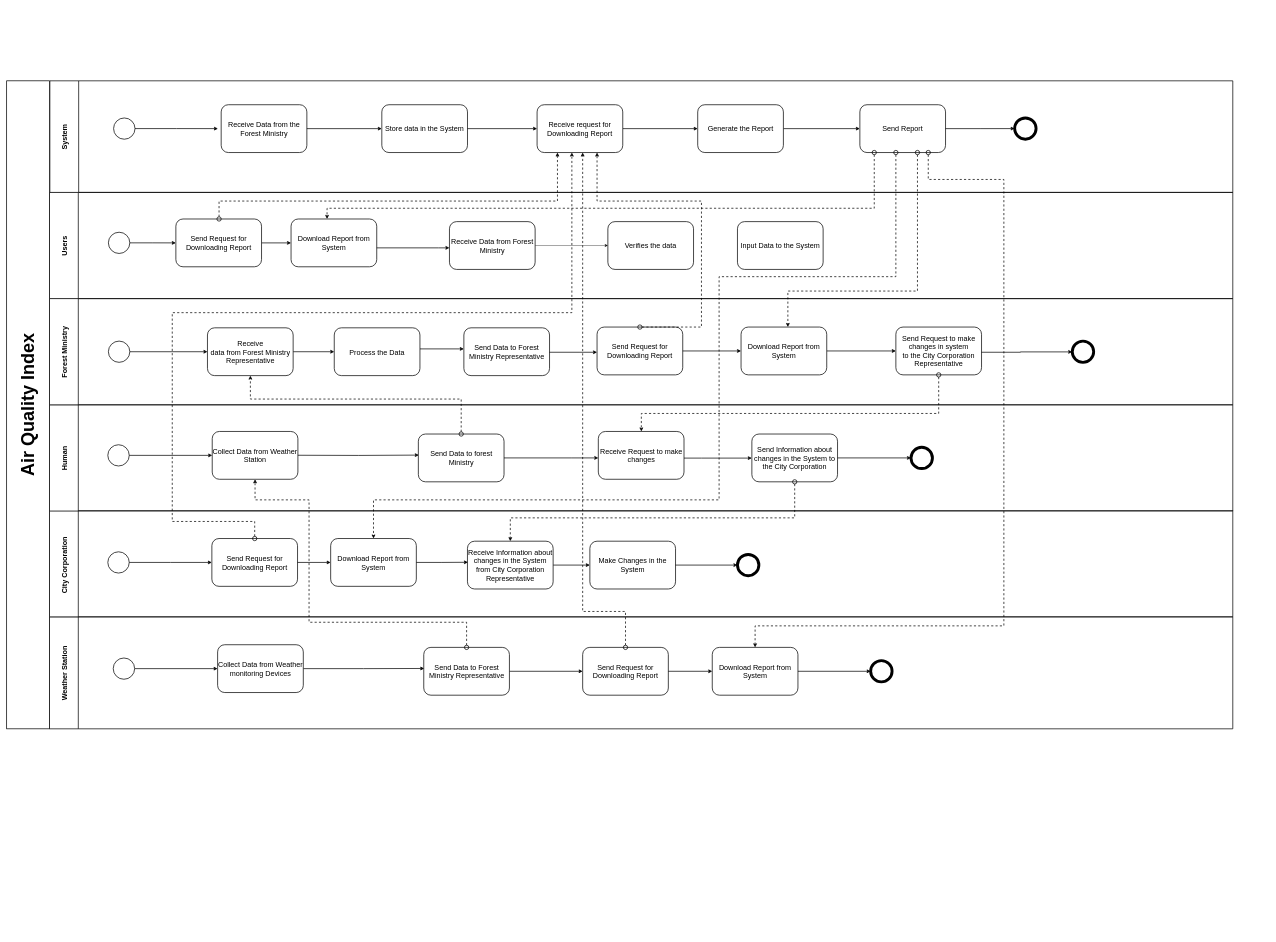
zorojuro75/CSE303-sec-03-Group-03 keeps this draw.io diagram as z-design/BPMN_To-BE.drawio. Above is the earlier version. Source tidied: cells renumbered, new cells numbered last; positions are measured from the earlier drawing's top-left corner, leaving out a move shared by most shapes. Both pictures are drawn from the tidied source at 36%, with x=0, y=0 at pixel (6, 81).
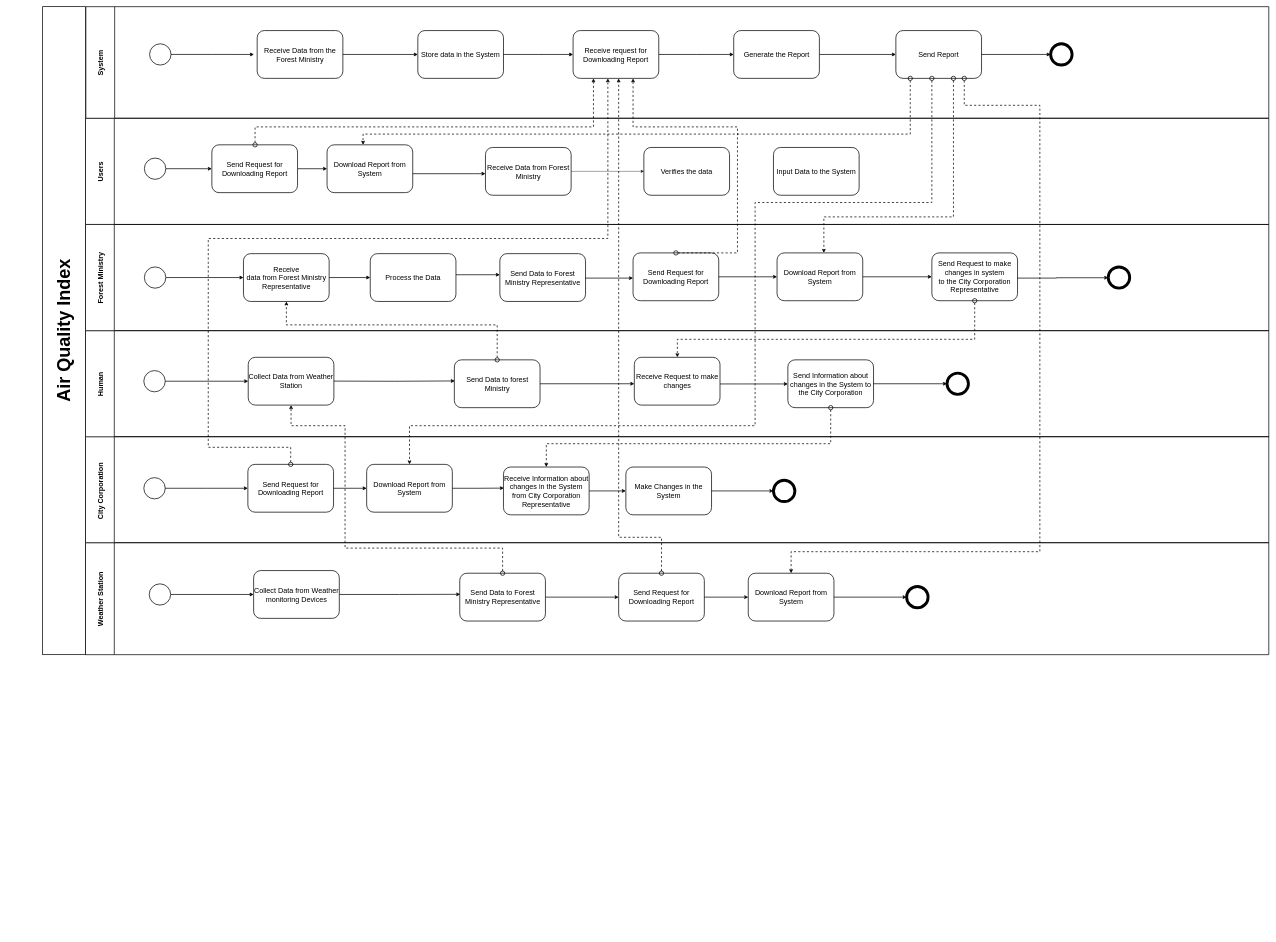
The same page after the edit.

The change refers to these unchanged cells:
```xml
<mxCell id="6" value="&lt;span style=&quot;font-size: 20px;&quot;&gt;Download Report from System&lt;/span&gt;" style="rounded=1;whiteSpace=wrap;html=1;strokeWidth=2;" parent="3" vertex="1">
  <mxGeometry x="671" y="73.8" width="238" height="132.8" as="geometry" />
</mxCell>
<mxCell id="9" value="&lt;span style=&quot;font-size: 20px;&quot;&gt;Send Request for Downloading Report&lt;/span&gt;" style="rounded=1;whiteSpace=wrap;html=1;strokeWidth=2;" parent="3" vertex="1">
  <mxGeometry x="351" y="73.8" width="238" height="132.8" as="geometry" />
</mxCell>
<mxCell id="23" value="&lt;font style=&quot;font-size: 20px;&quot;&gt;Send Data to Forest Ministry Representative&lt;/font&gt;" style="rounded=1;whiteSpace=wrap;html=1;strokeWidth=2;" parent="17" vertex="1">
  <mxGeometry x="1039.6" y="84.8" width="238" height="132.8" as="geometry" />
</mxCell>
<mxCell id="24" value="&lt;font style=&quot;font-size: 20px;&quot;&gt;Download Report from System&lt;/font&gt;" style="rounded=1;whiteSpace=wrap;html=1;strokeWidth=2;" parent="17" vertex="1">
  <mxGeometry x="1841" y="84.8" width="238" height="132.8" as="geometry" />
</mxCell>
<mxCell id="26" value="&lt;font style=&quot;font-size: 20px;&quot;&gt;Send Request for Downloading Report&lt;/font&gt;" style="rounded=1;whiteSpace=wrap;html=1;strokeWidth=2;" parent="17" vertex="1">
  <mxGeometry x="1481" y="84.8" width="238" height="132.8" as="geometry" />
</mxCell>
<mxCell id="32" value="&lt;font style=&quot;font-size: 20px;&quot;&gt;Download Report from System&lt;/font&gt;" style="rounded=1;whiteSpace=wrap;html=1;strokeWidth=2;" parent="29" vertex="1">
  <mxGeometry x="781" y="77.4" width="238" height="132.8" as="geometry" />
</mxCell>
<mxCell id="35" value="&lt;font style=&quot;font-size: 20px;&quot;&gt;Receive Information about changes in the System from City Corporation Representative&lt;/font&gt;" style="rounded=1;whiteSpace=wrap;html=1;strokeWidth=2;" parent="29" vertex="1">
  <mxGeometry x="1161" y="84.8" width="238" height="132.8" as="geometry" />
</mxCell>
<mxCell id="39" value="&lt;font style=&quot;font-size: 20px;&quot;&gt;Send Request for Downloading Report&lt;/font&gt;" style="rounded=1;whiteSpace=wrap;html=1;strokeWidth=2;" parent="29" vertex="1">
  <mxGeometry x="451" y="77.4" width="238" height="132.8" as="geometry" />
</mxCell>
<mxCell id="44" value="&lt;font style=&quot;font-size: 20px;&quot;&gt;Collect Data from Weather Station&lt;/font&gt;" style="rounded=1;whiteSpace=wrap;html=1;strokeWidth=2;" parent="41" vertex="1">
  <mxGeometry x="452" y="74" width="238" height="132.8" as="geometry" />
</mxCell>
<mxCell id="46" value="&lt;font style=&quot;font-size: 20px;&quot;&gt;Send Data to forest Ministry&lt;/font&gt;" style="rounded=1;whiteSpace=wrap;html=1;strokeWidth=2;" parent="41" vertex="1">
  <mxGeometry x="1024.6" y="81.1" width="238" height="132.8" as="geometry" />
</mxCell>
<mxCell id="47" value="&lt;font style=&quot;font-size: 20px;&quot;&gt;Receive Request to make changes&lt;/font&gt;" style="rounded=1;whiteSpace=wrap;html=1;strokeWidth=2;" parent="41" vertex="1">
  <mxGeometry x="1524.5" y="74" width="238" height="132.8" as="geometry" />
</mxCell>
<mxCell id="49" value="&lt;font style=&quot;font-size: 20px;&quot;&gt;Send Information about changes in the System to the City Corporation&lt;/font&gt;" style="rounded=1;whiteSpace=wrap;html=1;strokeWidth=2;" parent="41" vertex="1">
  <mxGeometry x="1951" y="81.1" width="238" height="132.8" as="geometry" />
</mxCell>
<mxCell id="62" value="&lt;span style=&quot;font-size: 20px;&quot;&gt;Receive&lt;br&gt;data from Forest Ministry Representative&lt;/span&gt;" style="rounded=1;whiteSpace=wrap;html=1;strokeWidth=2;" parent="55" vertex="1">
  <mxGeometry x="438.8" y="81.1" width="238" height="132.8" as="geometry" />
</mxCell>
<mxCell id="64" value="&lt;font style=&quot;font-size: 20px;&quot;&gt;Download Report from System&lt;/font&gt;" style="rounded=1;whiteSpace=wrap;html=1;strokeWidth=2;" parent="55" vertex="1">
  <mxGeometry x="1921" y="79" width="238" height="132.8" as="geometry" />
</mxCell>
<mxCell id="65" value="&lt;font style=&quot;font-size: 20px;&quot;&gt;Send Request for Downloading Report&lt;/font&gt;" style="rounded=1;whiteSpace=wrap;html=1;strokeWidth=2;" parent="55" vertex="1">
  <mxGeometry x="1521" y="79" width="238" height="132.8" as="geometry" />
</mxCell>
<mxCell id="68" value="&lt;font style=&quot;font-size: 20px;&quot;&gt;Send Request to make changes in system &lt;br&gt;to the City Corporation Representative&lt;/font&gt;" style="rounded=1;whiteSpace=wrap;html=1;strokeWidth=2;" parent="55" vertex="1">
  <mxGeometry x="2351" y="79" width="238" height="132.8" as="geometry" />
</mxCell>
<mxCell id="75" style="strokeWidth=2;html=1;shape=mxgraph.flowchart.start_2;whiteSpace=wrap;" parent="73" vertex="1">
  <mxGeometry x="177" y="103.2" width="59.5" height="59" as="geometry" />
</mxCell>
<mxCell id="80" value="&lt;font style=&quot;font-size: 20px;&quot;&gt;Receive request for Downloading Report&lt;/font&gt;" style="rounded=1;whiteSpace=wrap;html=1;strokeWidth=2;" parent="73" vertex="1">
  <mxGeometry x="1353.4" y="66.4" width="238" height="132.8" as="geometry" />
</mxCell>
<mxCell id="85" value="&lt;span style=&quot;font-size: 20px;&quot;&gt;Send Report&lt;/span&gt;" style="rounded=1;whiteSpace=wrap;html=1;strokeWidth=2;" parent="73" vertex="1">
  <mxGeometry x="2250" y="66.4" width="238" height="132.8" as="geometry" />
</mxCell>
```

What changed in the source:
```diff
@@
-    <mxCell id="2" style="group;horizontal=0;" parent="1" vertex="1">
-      <mxGeometry y="10" width="3510" height="2360" as="geometry" />
-    </mxCell>
-    <mxCell id="3" value="Users" style="swimlane;horizontal=0;startSize=80;strokeWidth=2;fontSize=20;" parent="2" vertex="1">
-      <mxGeometry x="119" y="300" width="3286.9" height="295" as="geometry" />
+    <mxCell id="3" value="Users" style="swimlane;horizontal=0;startSize=80;strokeWidth=2;fontSize=20;" parent="1" vertex="1">
+      <mxGeometry x="219" y="104" width="3286.9" height="295" as="geometry" />
     </mxCell>
@@
-    <mxCell id="14" style="group;strokeWidth=2;" parent="2" vertex="1">
-      <mxGeometry x="119" y="595" width="3391" height="1770" as="geometry" />
-    </mxCell>
-    <mxCell id="15" style="group;strokeWidth=2;" parent="14" vertex="1">
-      <mxGeometry y="295" width="3331.5" height="1475" as="geometry" />
-    </mxCell>
-    <mxCell id="16" style="group;strokeWidth=2;" parent="15" vertex="1">
-      <mxGeometry width="3331.5" height="1475" as="geometry" />
-    </mxCell>
-    <mxCell id="17" value="Weather Station" style="swimlane;horizontal=0;startSize=80;fillStyle=solid;strokeWidth=2;fontSize=20;fontStyle=1;" parent="16" vertex="1">
-      <mxGeometry y="589" width="3286.9" height="311" as="geometry" />
+    <mxCell id="17" value="Weather Station" style="swimlane;horizontal=0;startSize=80;fillStyle=solid;strokeWidth=2;fontSize=20;fontStyle=1;" parent="1" vertex="1">
+      <mxGeometry x="219" y="1283" width="3286.9" height="311" as="geometry" />
     </mxCell>
@@
-    <mxCell id="29" value="City Corporation " style="swimlane;horizontal=0;startSize=80;strokeWidth=2;fontSize=20;" parent="16" vertex="1">
-      <mxGeometry y="294" width="3286.9" height="295" as="geometry" />
+    <mxCell id="29" value="City Corporation " style="swimlane;horizontal=0;startSize=80;strokeWidth=2;fontSize=20;" parent="1" vertex="1">
+      <mxGeometry x="219" y="988" width="3286.9" height="295" as="geometry" />
     </mxCell>
@@
-    <mxCell id="41" value="Human" style="swimlane;horizontal=0;startSize=80;strokeWidth=2;fontSize=20;" parent="16" vertex="1">
-      <mxGeometry width="3286.9" height="295" as="geometry" />
+    <mxCell id="41" value="Human" style="swimlane;horizontal=0;startSize=80;strokeWidth=2;fontSize=20;" parent="1" vertex="1">
+      <mxGeometry x="219" y="694" width="3286.9" height="295" as="geometry" />
     </mxCell>
@@
-    <mxCell id="45" style="edgeStyle=orthogonalEdgeStyle;rounded=0;jettySize=auto;html=1;entryX=0.006;entryY=0.441;entryDx=0;entryDy=0;entryPerimeter=0;strokeWidth=2;" parent="41" edge="1" target="46">
-      <mxGeometry relative="1" as="geometry">
-        <mxPoint x="689.9" y="140.1" as="sourcePoint" />
-      </mxGeometry>
-    </mxCell>
+    <mxCell id="96" style="edgeStyle=orthogonalEdgeStyle;rounded=0;jettySize=auto;html=1;entryX=0.006;entryY=0.441;entryDx=0;entryDy=0;entryPerimeter=0;strokeWidth=2;" parent="41" edge="1" target="46">
+      <mxGeometry relative="1" as="geometry">
+        <mxPoint x="689.9" y="140.1" as="sourcePoint" />
+      </mxGeometry>
+    </mxCell>
@@
-    <mxCell id="53" style="edgeStyle=orthogonalEdgeStyle;rounded=0;jettySize=auto;html=1;dashed=1;startArrow=oval;startFill=0;endArrow=classic;endFill=1;strokeWidth=2;startSize=12;" parent="16" edge="1" source="23" target="44">
+    <mxCell id="53" style="edgeStyle=orthogonalEdgeStyle;rounded=0;jettySize=auto;html=1;dashed=1;startArrow=oval;startFill=0;endArrow=classic;endFill=1;strokeWidth=2;startSize=12;" parent="1" edge="1" source="23" target="44">
       <mxGeometry relative="1" as="geometry">
         <Array as="points">
-          <mxPoint x="1159" y="604" />
-          <mxPoint x="721" y="604" />
-          <mxPoint x="721" y="264" />
-          <mxPoint x="571" y="264" />
+          <mxPoint x="1378" y="1298" />
+          <mxPoint x="940" y="1298" />
+          <mxPoint x="940" y="958" />
+          <mxPoint x="790" y="958" />
         </Array>
       </mxGeometry>
     </mxCell>
-    <mxCell id="54" style="edgeStyle=orthogonalEdgeStyle;rounded=0;jettySize=auto;html=1;exitX=0.5;exitY=1;exitDx=0;exitDy=0;dashed=1;startArrow=oval;startFill=0;startSize=12;sourcePerimeterSpacing=0;strokeWidth=2;" parent="16" edge="1" source="49" target="35">
+    <mxCell id="54" style="edgeStyle=orthogonalEdgeStyle;rounded=0;jettySize=auto;html=1;exitX=0.5;exitY=1;exitDx=0;exitDy=0;dashed=1;startArrow=oval;startFill=0;startSize=12;sourcePerimeterSpacing=0;strokeWidth=2;" parent="1" edge="1" source="49" target="35">
       <mxGeometry relative="1" as="geometry">
         <Array as="points">
-          <mxPoint x="2070" y="314" />
-          <mxPoint x="1280" y="314" />
+          <mxPoint x="2289" y="1008" />
+          <mxPoint x="1499" y="1008" />
         </Array>
       </mxGeometry>
     </mxCell>
-    <mxCell id="55" value="Forest Ministry" style="swimlane;horizontal=0;startSize=80;strokeWidth=2;fontSize=20;rounded=0;swimlaneLine=1;" parent="14" vertex="1">
-      <mxGeometry width="3286.9" height="295" as="geometry" />
+    <mxCell id="55" value="Forest Ministry" style="swimlane;horizontal=0;startSize=80;strokeWidth=2;fontSize=20;rounded=0;swimlaneLine=1;" parent="1" vertex="1">
+      <mxGeometry x="219" y="399" width="3286.9" height="295" as="geometry" />
     </mxCell>
@@
-    <mxCell id="71" style="edgeStyle=orthogonalEdgeStyle;rounded=0;jettySize=auto;html=1;exitX=0.5;exitY=0;exitDx=0;exitDy=0;dashed=1;startArrow=oval;startFill=0;startSize=12;sourcePerimeterSpacing=0;strokeWidth=2;" parent="14" edge="1" source="46" target="62">
+    <mxCell id="71" style="edgeStyle=orthogonalEdgeStyle;rounded=0;jettySize=auto;html=1;exitX=0.5;exitY=0;exitDx=0;exitDy=0;dashed=1;startArrow=oval;startFill=0;startSize=12;sourcePerimeterSpacing=0;strokeWidth=2;" parent="1" edge="1" source="46" target="62">
       <mxGeometry relative="1" as="geometry">
         <Array as="points">
-          <mxPoint x="1143" y="279" />
-          <mxPoint x="558" y="279" />
+          <mxPoint x="1362" y="678" />
+          <mxPoint x="777" y="678" />
         </Array>
       </mxGeometry>
     </mxCell>
-    <mxCell id="72" style="edgeStyle=orthogonalEdgeStyle;rounded=0;jettySize=auto;html=1;exitX=0.5;exitY=1;exitDx=0;exitDy=0;dashed=1;startArrow=oval;startFill=0;startSize=12;sourcePerimeterSpacing=0;strokeWidth=2;" parent="14" edge="1" source="68" target="47">
+    <mxCell id="72" style="edgeStyle=orthogonalEdgeStyle;rounded=0;jettySize=auto;html=1;exitX=0.5;exitY=1;exitDx=0;exitDy=0;dashed=1;startArrow=oval;startFill=0;startSize=12;sourcePerimeterSpacing=0;strokeWidth=2;" parent="1" edge="1" source="68" target="47">
       <mxGeometry relative="1" as="geometry">
         <Array as="points">
-          <mxPoint x="2470" y="319" />
-          <mxPoint x="1644" y="319" />
+          <mxPoint x="2689" y="718" />
+          <mxPoint x="1863" y="718" />
         </Array>
       </mxGeometry>
     </mxCell>
-    <mxCell id="73" value="System" style="swimlane;horizontal=0;startSize=80;strokeWidth=2;fontSize=20;" parent="2" vertex="1">
-      <mxGeometry x="120" y="-10" width="3285.9" height="310" as="geometry" />
+    <mxCell id="73" value="System" style="swimlane;horizontal=0;startSize=80;strokeWidth=2;fontSize=20;" parent="1" vertex="1">
+      <mxGeometry x="220" y="-206" width="3285.9" height="310" as="geometry" />
     </mxCell>
-    <mxCell id="74" style="edgeStyle=orthogonalEdgeStyle;shape=connector;rounded=0;jettySize=auto;html=1;exitX=1;exitY=0.5;exitDx=0;exitDy=0;exitPerimeter=0;labelBackgroundColor=default;fontFamily=Helvetica;fontSize=11;fontColor=default;startArrow=none;startFill=0;endArrow=classic;strokeColor=default;strokeWidth=2;" parent="73" edge="1" source="75">
-      <mxGeometry relative="1" as="geometry">
-        <mxPoint x="467" y="132.8" as="targetPoint" />
-      </mxGeometry>
-    </mxCell>
+    <mxCell id="97" style="edgeStyle=orthogonalEdgeStyle;shape=connector;rounded=0;jettySize=auto;html=1;exitX=1;exitY=0.5;exitDx=0;exitDy=0;exitPerimeter=0;labelBackgroundColor=default;fontFamily=Helvetica;fontSize=11;fontColor=default;startArrow=none;startFill=0;endArrow=classic;strokeColor=default;strokeWidth=2;" parent="73" edge="1" source="75">
+      <mxGeometry relative="1" as="geometry">
+        <mxPoint x="467" y="132.8" as="targetPoint" />
+      </mxGeometry>
+    </mxCell>
@@
-    <mxCell id="87" style="edgeStyle=orthogonalEdgeStyle;rounded=0;jettySize=auto;html=1;startArrow=oval;startFill=0;endArrow=classic;endFill=1;dashed=1;strokeWidth=2;jumpSize=6;startSize=12;" parent="2" edge="1" source="9" target="80">
+    <mxCell id="87" style="edgeStyle=orthogonalEdgeStyle;rounded=0;jettySize=auto;html=1;startArrow=oval;startFill=0;endArrow=classic;endFill=1;dashed=1;strokeWidth=2;jumpSize=6;startSize=12;" parent="1" edge="1" source="9" target="80">
       <mxGeometry relative="1" as="geometry">
         <Array as="points">
-          <mxPoint x="590" y="324" />
-          <mxPoint x="1530" y="324" />
+          <mxPoint x="690" y="128" />
+          <mxPoint x="1630" y="128" />
         </Array>
       </mxGeometry>
     </mxCell>
-    <mxCell id="88" style="edgeStyle=orthogonalEdgeStyle;rounded=0;jettySize=auto;html=1;dashed=1;startArrow=oval;startFill=0;endArrow=classic;endFill=1;strokeWidth=2;startSize=12;" parent="2" edge="1" source="85" target="6">
+    <mxCell id="88" style="edgeStyle=orthogonalEdgeStyle;rounded=0;jettySize=auto;html=1;dashed=1;startArrow=oval;startFill=0;endArrow=classic;endFill=1;strokeWidth=2;startSize=12;" parent="1" edge="1" source="85" target="6">
       <mxGeometry relative="1" as="geometry">
         <Array as="points">
-          <mxPoint x="2410" y="344" />
-          <mxPoint x="890" y="344" />
+          <mxPoint x="2510" y="148" />
+          <mxPoint x="990" y="148" />
         </Array>
       </mxGeometry>
     </mxCell>
-    <mxCell id="89" value="&lt;b style=&quot;background-color: initial; font-size: 50px;&quot;&gt;&lt;font style=&quot;font-size: 50px;&quot;&gt;Air Quality Index&lt;/font&gt;&lt;/b&gt;" style="rounded=180&#10;;whiteSpace=wrap;html=1;fontFamily=Helvetica;fontSize=50;fontColor=default;strokeWidth=2;verticalAlign=middle;horizontal=0;" parent="2" vertex="1">
-      <mxGeometry y="-10" width="119" height="1800" as="geometry" />
+    <mxCell id="89" value="&lt;b style=&quot;background-color: initial; font-size: 50px;&quot;&gt;&lt;font style=&quot;font-size: 50px;&quot;&gt;Air Quality Index&lt;/font&gt;&lt;/b&gt;" style="rounded=180&#10;;whiteSpace=wrap;html=1;fontFamily=Helvetica;fontSize=50;fontColor=default;strokeWidth=2;verticalAlign=middle;horizontal=0;" parent="1" vertex="1">
+      <mxGeometry x="100" y="-206" width="119" height="1800" as="geometry" />
     </mxCell>
-    <mxCell id="90" style="edgeStyle=orthogonalEdgeStyle;rounded=0;jettySize=auto;html=1;exitX=0.5;exitY=0;exitDx=0;exitDy=0;dashed=1;startArrow=oval;startFill=0;startSize=12;sourcePerimeterSpacing=0;strokeWidth=2;" parent="2" edge="1" source="65" target="80">
+    <mxCell id="90" style="edgeStyle=orthogonalEdgeStyle;rounded=0;jettySize=auto;html=1;exitX=0.5;exitY=0;exitDx=0;exitDy=0;dashed=1;startArrow=oval;startFill=0;startSize=12;sourcePerimeterSpacing=0;strokeWidth=2;" parent="1" edge="1" source="65" target="80">
       <mxGeometry relative="1" as="geometry">
         <Array as="points">
-          <mxPoint x="1930" y="674" />
-          <mxPoint x="1930" y="324" />
-          <mxPoint x="1640" y="324" />
+          <mxPoint x="2030" y="478" />
+          <mxPoint x="2030" y="128" />
+          <mxPoint x="1740" y="128" />
         </Array>
       </mxGeometry>
     </mxCell>
-    <mxCell id="91" style="edgeStyle=orthogonalEdgeStyle;rounded=0;jettySize=auto;html=1;dashed=1;startArrow=oval;startFill=0;startSize=12;sourcePerimeterSpacing=0;strokeWidth=2;" parent="2" edge="1" source="85" target="64">
+    <mxCell id="91" style="edgeStyle=orthogonalEdgeStyle;rounded=0;jettySize=auto;html=1;dashed=1;startArrow=oval;startFill=0;startSize=12;sourcePerimeterSpacing=0;strokeWidth=2;" parent="1" edge="1" source="85" target="64">
       <mxGeometry relative="1" as="geometry">
         <Array as="points">
-          <mxPoint x="2530" y="574" />
-          <mxPoint x="2170" y="574" />
+          <mxPoint x="2630" y="378" />
+          <mxPoint x="2270" y="378" />
         </Array>
       </mxGeometry>
     </mxCell>
-    <mxCell id="92" style="edgeStyle=orthogonalEdgeStyle;rounded=0;jettySize=auto;html=1;exitX=0.5;exitY=0;exitDx=0;exitDy=0;dashed=1;startArrow=oval;startFill=0;startSize=12;sourcePerimeterSpacing=0;strokeWidth=2;" parent="2" edge="1" source="39" target="80">
+    <mxCell id="92" style="edgeStyle=orthogonalEdgeStyle;rounded=0;jettySize=auto;html=1;exitX=0.5;exitY=0;exitDx=0;exitDy=0;dashed=1;startArrow=oval;startFill=0;startSize=12;sourcePerimeterSpacing=0;strokeWidth=2;" parent="1" edge="1" source="39" target="80">
       <mxGeometry relative="1" as="geometry">
         <Array as="points">
-          <mxPoint x="689" y="1214" />
-          <mxPoint x="460" y="1214" />
-          <mxPoint x="460" y="634" />
-          <mxPoint x="1570" y="634" />
+          <mxPoint x="789" y="1018" />
+          <mxPoint x="560" y="1018" />
+          <mxPoint x="560" y="438" />
+          <mxPoint x="1670" y="438" />
         </Array>
       </mxGeometry>
     </mxCell>
-    <mxCell id="93" style="edgeStyle=orthogonalEdgeStyle;rounded=0;jettySize=auto;html=1;dashed=1;startArrow=oval;startFill=0;startSize=12;sourcePerimeterSpacing=0;strokeWidth=2;" parent="2" edge="1" source="85" target="32">
+    <mxCell id="93" style="edgeStyle=orthogonalEdgeStyle;rounded=0;jettySize=auto;html=1;dashed=1;startArrow=oval;startFill=0;startSize=12;sourcePerimeterSpacing=0;strokeWidth=2;" parent="1" edge="1" source="85" target="32">
       <mxGeometry relative="1" as="geometry">
         <Array as="points">
-          <mxPoint x="2470" y="534" />
-          <mxPoint x="1979" y="534" />
-          <mxPoint x="1979" y="1154" />
-          <mxPoint x="1019" y="1154" />
+          <mxPoint x="2570" y="338" />
+          <mxPoint x="2079" y="338" />
+          <mxPoint x="2079" y="958" />
+          <mxPoint x="1119" y="958" />
         </Array>
       </mxGeometry>
     </mxCell>
-    <mxCell id="94" style="edgeStyle=orthogonalEdgeStyle;rounded=0;jettySize=auto;html=1;exitX=0.5;exitY=0;exitDx=0;exitDy=0;dashed=1;startArrow=oval;startFill=0;startSize=12;sourcePerimeterSpacing=0;strokeWidth=2;" parent="2" edge="1" source="26" target="80">
+    <mxCell id="94" style="edgeStyle=orthogonalEdgeStyle;rounded=0;jettySize=auto;html=1;exitX=0.5;exitY=0;exitDx=0;exitDy=0;dashed=1;startArrow=oval;startFill=0;startSize=12;sourcePerimeterSpacing=0;strokeWidth=2;" parent="1" edge="1" source="26" target="80">
       <mxGeometry relative="1" as="geometry">
         <Array as="points">
-          <mxPoint x="1719" y="1464" />
-          <mxPoint x="1600" y="1464" />
+          <mxPoint x="1819" y="1268" />
+          <mxPoint x="1700" y="1268" />
         </Array>
       </mxGeometry>
     </mxCell>
-    <mxCell id="95" style="edgeStyle=orthogonalEdgeStyle;rounded=0;jettySize=auto;html=1;dashed=1;startArrow=oval;startFill=0;startSize=12;sourcePerimeterSpacing=0;strokeWidth=2;" parent="2" edge="1" source="85" target="24">
+    <mxCell id="95" style="edgeStyle=orthogonalEdgeStyle;rounded=0;jettySize=auto;html=1;dashed=1;startArrow=oval;startFill=0;startSize=12;sourcePerimeterSpacing=0;strokeWidth=2;" parent="1" edge="1" source="85" target="24">
       <mxGeometry relative="1" as="geometry">
         <Array as="points">
-          <mxPoint x="2560" y="264" />
-          <mxPoint x="2770" y="264" />
-          <mxPoint x="2770" y="1504" />
-          <mxPoint x="2079" y="1504" />
+          <mxPoint x="2660" y="68" />
+          <mxPoint x="2870" y="68" />
+          <mxPoint x="2870" y="1308" />
+          <mxPoint x="2179" y="1308" />
         </Array>
       </mxGeometry>
     </mxCell>
```
